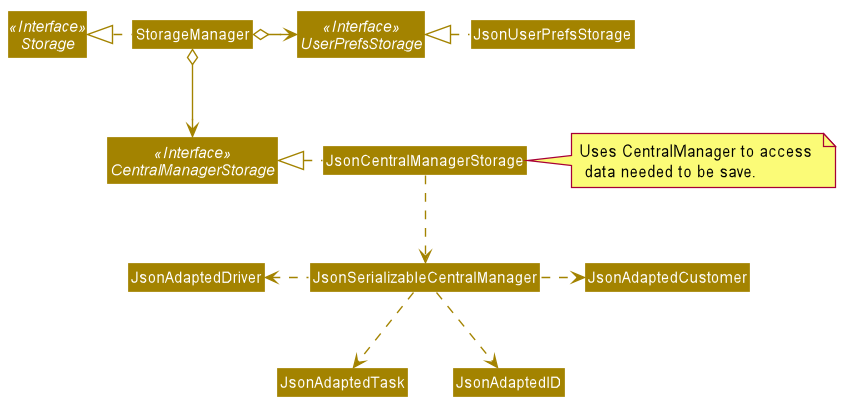
This is docs/images/StorageClassDiagram.png from nus-cs2103-AY1920S1/addressbook-level3, a PlantUML export, as it was before one commit.
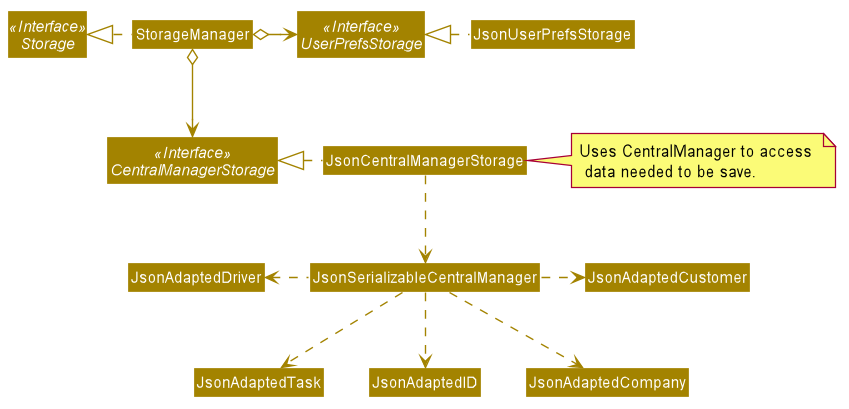
After the commit.

What changed in the source:
```diff
@@ -74,4 +74,5 @@
 JsonSerializableCentralManager .left.> JsonAdaptedDriver
 JsonSerializableCentralManager .down.> JsonAdaptedTask
 JsonSerializableCentralManager .down.> JsonAdaptedID
+JsonSerializableCentralManager .down.> JsonAdaptedCompany
 @enduml
```
